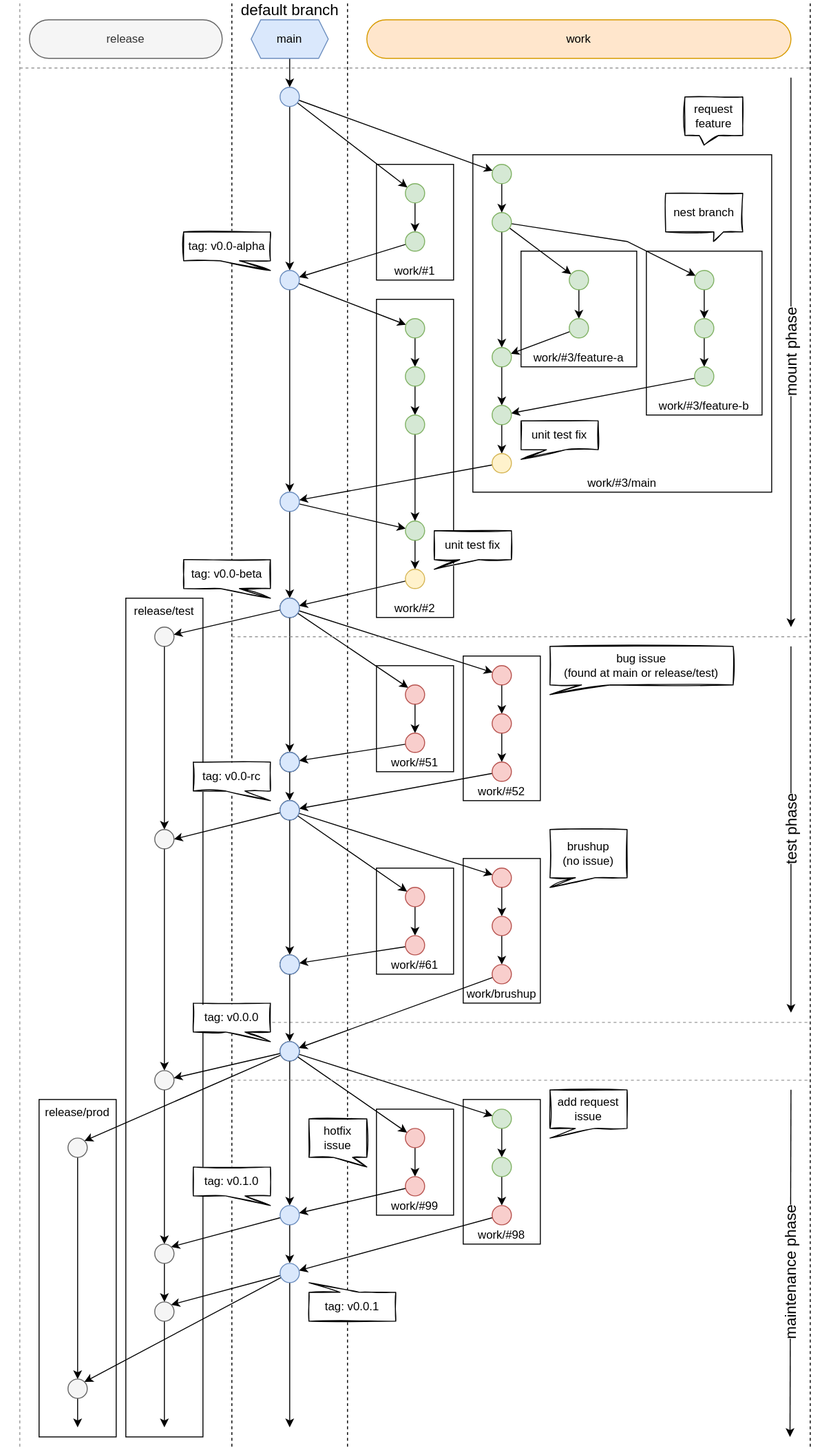
bizhermit/git-note keeps this draw.io diagram as github-issues-flow.drawio.svg. Above is the earlier version. Source tidied: cells renumbered, new cells last; positions are measured from the earlier drawing's top-left corner, leaving out a move shared by most shapes.
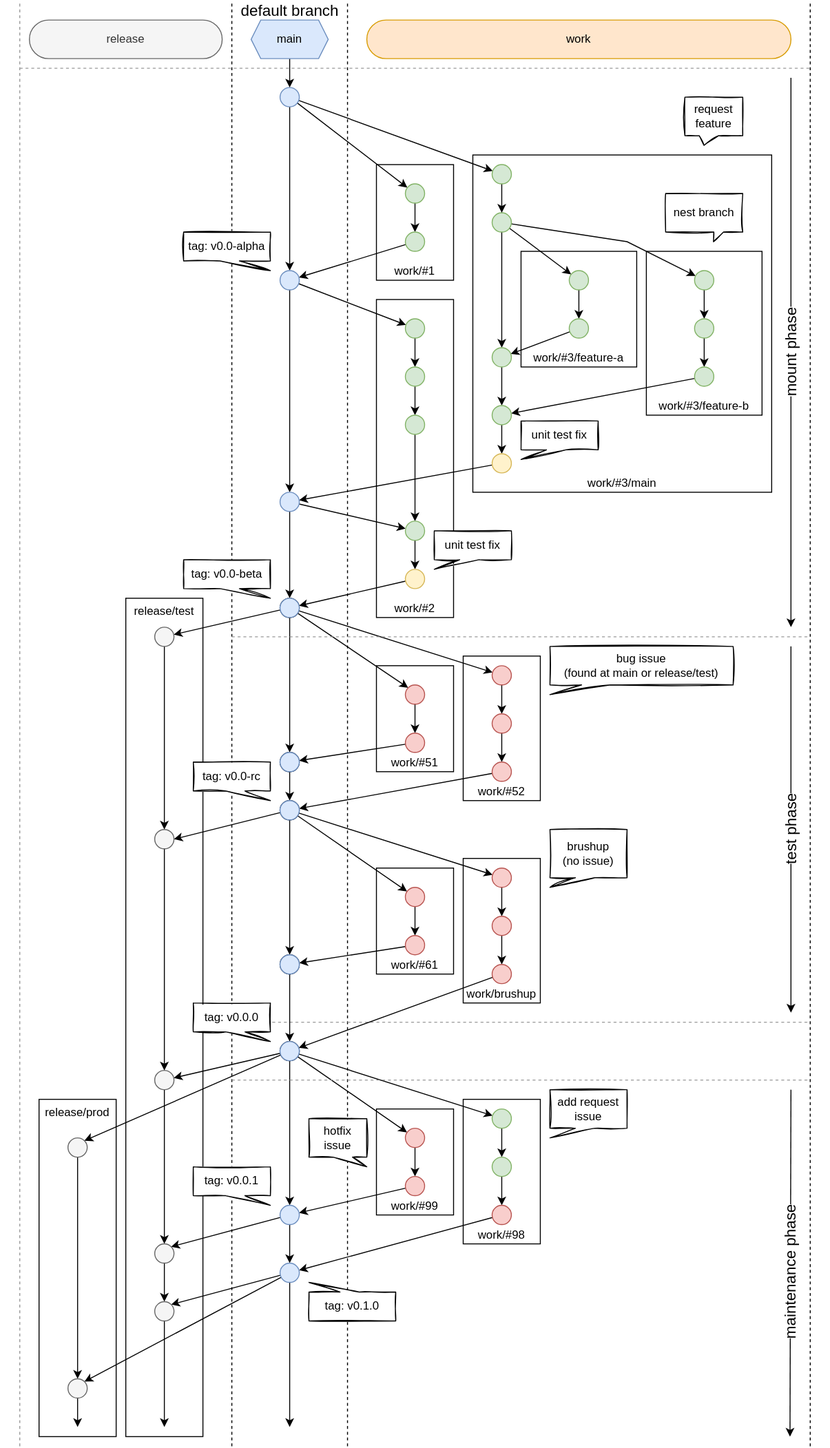
After the change.

Commit message:
タグ名修正

The edit, as a diff of the source:
```diff
@@ -457,10 +457,10 @@
     <mxCell id="140" value="tag: v0.0-rc" style="shape=callout;whiteSpace=wrap;html=1;perimeter=calloutPerimeter;size=10;position=0.42;position2=1;sketch=1;" parent="1" vertex="1">
       <mxGeometry x="200" y="790" width="80" height="40" as="geometry" />
     </mxCell>
-    <mxCell id="141" value="tag: v0.0.1" style="shape=callout;whiteSpace=wrap;html=1;perimeter=calloutPerimeter;size=10;position=0.42;position2=1;sketch=1;direction=west;" parent="1" vertex="1">
+    <mxCell id="141" value="tag: v0.1.0" style="shape=callout;whiteSpace=wrap;html=1;perimeter=calloutPerimeter;size=10;position=0.42;position2=1;sketch=1;direction=west;" parent="1" vertex="1">
       <mxGeometry x="320" y="1330" width="90" height="40" as="geometry" />
     </mxCell>
-    <mxCell id="142" value="tag: v0.1.0" style="shape=callout;whiteSpace=wrap;html=1;perimeter=calloutPerimeter;size=10;position=0.42;position2=1;sketch=1;" parent="1" vertex="1">
+    <mxCell id="142" value="tag: v0.0.1" style="shape=callout;whiteSpace=wrap;html=1;perimeter=calloutPerimeter;size=10;position=0.42;position2=1;sketch=1;" parent="1" vertex="1">
       <mxGeometry x="200" y="1210" width="80" height="40" as="geometry" />
     </mxCell>
     <mxCell id="143" value="hotfix&lt;br&gt;issue" style="shape=callout;whiteSpace=wrap;html=1;perimeter=calloutPerimeter;size=10;position=0.42;position2=1;sketch=1;" parent="1" vertex="1">
```
